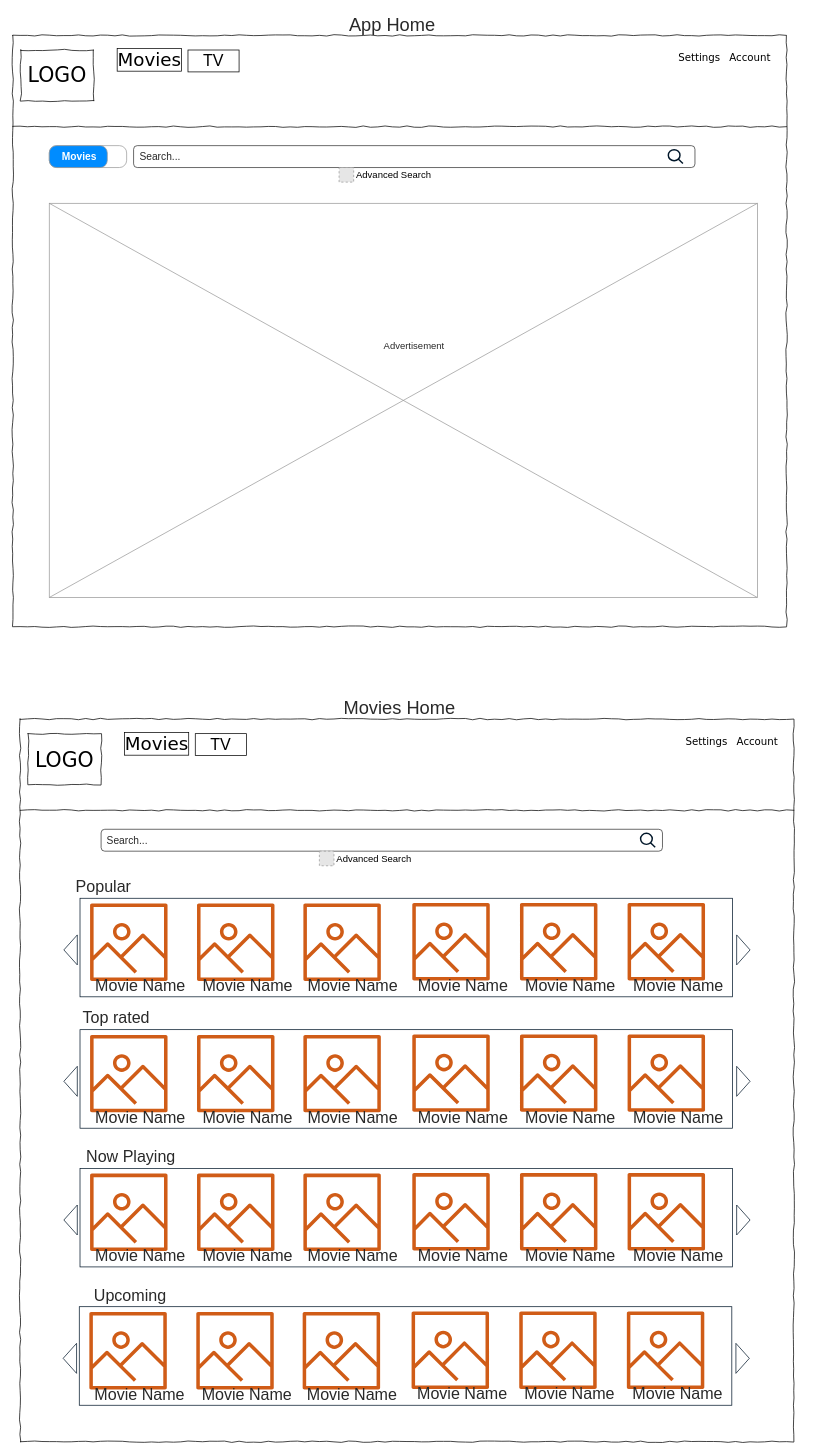
Earlier version of the draw.io diagram page "Final" (1 of 2) of requirements/Layout.drawio (rajatcse1/MovieCatalog). Source tidied: cells renumbered, new cells numbered last; positions are measured from the earlier drawing's top-left corner, leaving out a move shared by most shapes. Both pictures are drawn from the tidied source at 73%, with x=0, y=0 at pixel (12, 16). Pictures stored in the file or linked from it are replaced by grey dashed boxes.
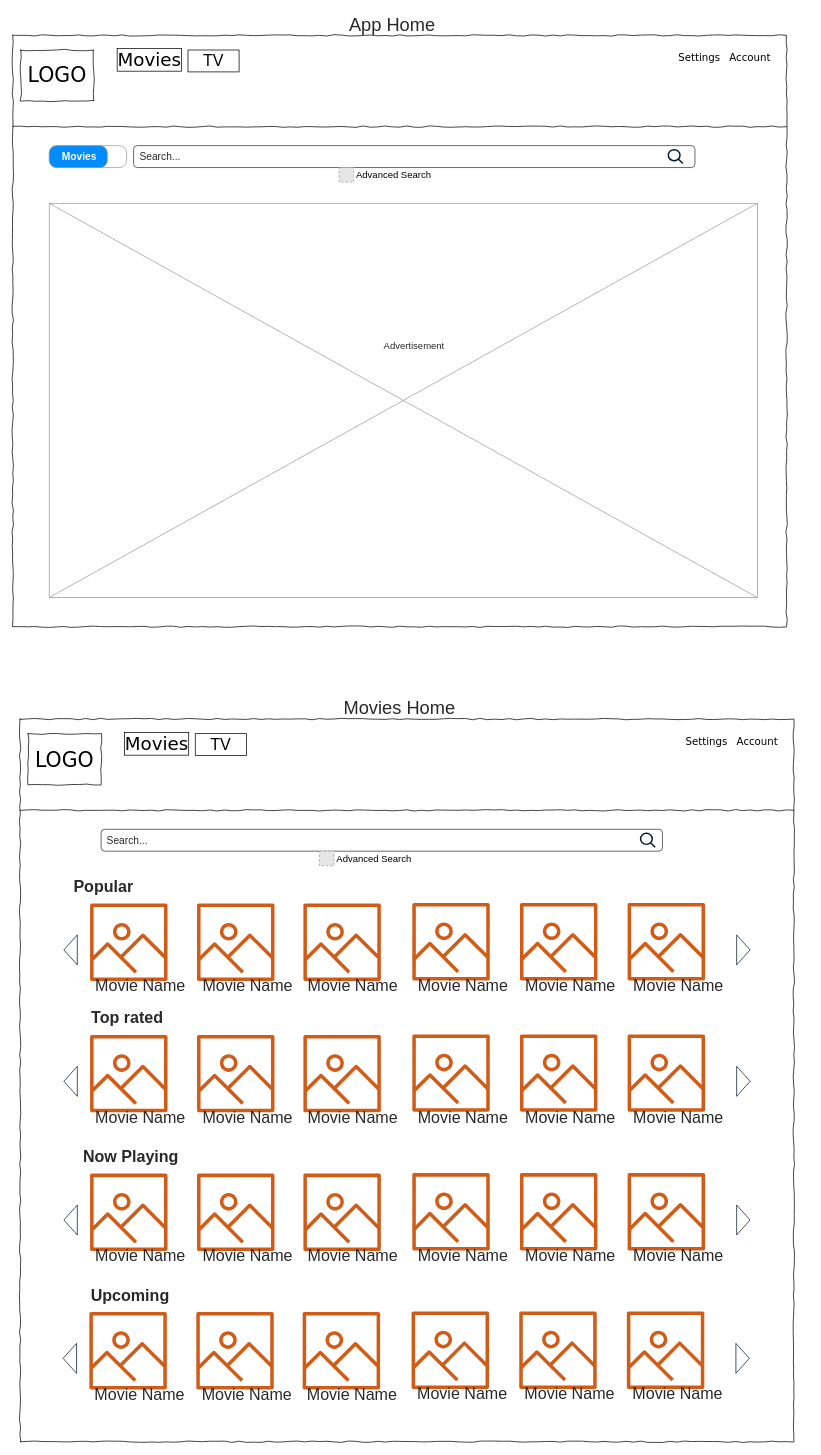
The same page after the edit.

Unchanged cells that the change refers to:
```xml
<mxCell id="34" style="group;" parent="33" vertex="1">
  <mxGeometry x="22.1" width="893.9" height="157" as="geometry" />
</mxCell>
<mxCell id="57" style="group;" parent="56" vertex="1">
  <mxGeometry x="22.1" width="893.9" height="157" as="geometry" />
</mxCell>
<mxCell id="80" style="group;" parent="79" vertex="1">
  <mxGeometry x="22.1" width="893.9" height="157" as="geometry" />
</mxCell>
<mxCell id="103" style="group;" parent="102" vertex="1">
  <mxGeometry x="22.1" width="893.9" height="157" as="geometry" />
</mxCell>
```

Change to the diagram source:
```diff
@@
-    <mxCell id="35" style="rounded=0;whiteSpace=wrap;html=1;strokeColor=#001629;fontSize=14;fontColor=#292929;align=right;" parent="34" vertex="1">
-      <mxGeometry y="22" width="893.9" height="135" as="geometry" />
-    </mxCell>
-    <mxCell id="36" value="Popular" style="text;html=1;strokeColor=none;fillColor=none;align=center;verticalAlign=middle;whiteSpace=wrap;rounded=0;fontSize=22;fontColor=#292929;fontStyle=0;" parent="34" vertex="1">
+    <mxCell id="36" value="Popular" style="text;html=1;strokeColor=none;fillColor=none;align=center;verticalAlign=middle;whiteSpace=wrap;rounded=0;fontSize=22;fontColor=#292929;fontStyle=1;" parent="34" vertex="1">
       <mxGeometry x="13.8" width="36.9" height="14.4" as="geometry" />
     </mxCell>
@@
-    <mxCell id="58" style="rounded=0;whiteSpace=wrap;html=1;strokeColor=#001629;fontSize=14;fontColor=#292929;align=right;" parent="57" vertex="1">
-      <mxGeometry y="22" width="893.9" height="135" as="geometry" />
-    </mxCell>
-    <mxCell id="59" value="Now Playing" style="text;html=1;strokeColor=none;fillColor=none;align=center;verticalAlign=middle;whiteSpace=wrap;rounded=0;fontSize=22;fontColor=#292929;fontStyle=0;" parent="57" vertex="1">
+    <mxCell id="59" value="Now Playing" style="text;html=1;strokeColor=none;fillColor=none;align=center;verticalAlign=middle;whiteSpace=wrap;rounded=0;fontSize=22;fontColor=#292929;fontStyle=1;" parent="57" vertex="1">
       <mxGeometry x="-10" width="160" height="14" as="geometry" />
     </mxCell>
@@
-    <mxCell id="81" style="rounded=0;whiteSpace=wrap;html=1;strokeColor=#001629;fontSize=14;fontColor=#292929;align=right;" parent="80" vertex="1">
-      <mxGeometry y="22" width="893.9" height="135" as="geometry" />
-    </mxCell>
-    <mxCell id="82" value="Top rated" style="text;html=1;strokeColor=none;fillColor=none;align=center;verticalAlign=middle;whiteSpace=wrap;rounded=0;fontSize=22;fontColor=#292929;fontStyle=0;" parent="80" vertex="1">
-      <mxGeometry width="100" height="14" as="geometry" />
+    <mxCell id="82" value="Top rated" style="text;html=1;strokeColor=none;fillColor=none;align=center;verticalAlign=middle;whiteSpace=wrap;rounded=0;fontSize=22;fontColor=#292929;fontStyle=1;" parent="80" vertex="1">
+      <mxGeometry width="130" height="14" as="geometry" />
     </mxCell>
@@
-    <mxCell id="104" style="rounded=0;whiteSpace=wrap;html=1;strokeColor=#001629;fontSize=14;fontColor=#292929;align=right;" parent="103" vertex="1">
-      <mxGeometry y="22" width="893.9" height="135" as="geometry" />
-    </mxCell>
-    <mxCell id="105" value="Upcoming" style="text;html=1;strokeColor=none;fillColor=none;align=center;verticalAlign=middle;whiteSpace=wrap;rounded=0;fontSize=22;fontColor=#292929;fontStyle=0;" parent="103" vertex="1">
+    <mxCell id="105" value="Upcoming" style="text;html=1;strokeColor=none;fillColor=none;align=center;verticalAlign=middle;whiteSpace=wrap;rounded=0;fontSize=22;fontColor=#292929;fontStyle=1;" parent="103" vertex="1">
       <mxGeometry x="-10" width="160" height="14" as="geometry" />
     </mxCell>
```
